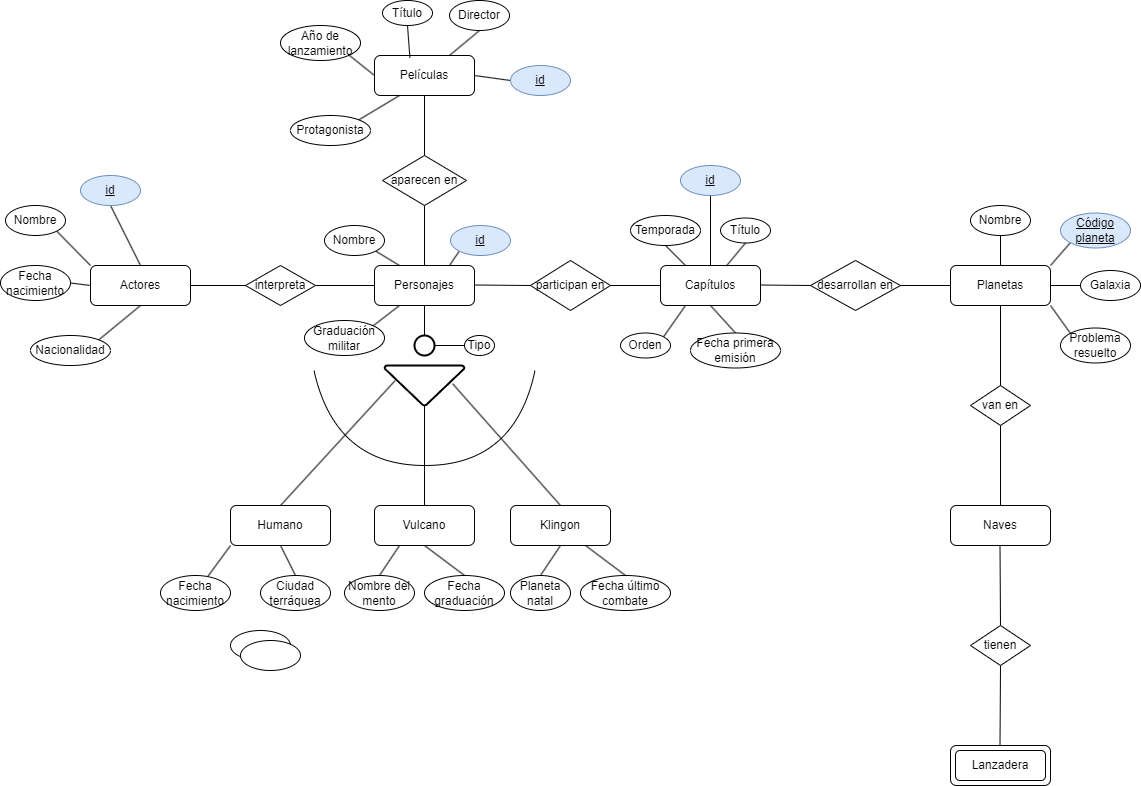
Earlier version of the draw.io export Unidad-1/Tareas/Tareas-evaluables/Tarea-evaluable-3/tarea-evaluable3.drawio.png (LuisMGlez/base-datos). Source tidied: cells renumbered, new cells last; positions are measured from the earlier drawing's top-left corner, leaving out a move shared by most shapes.
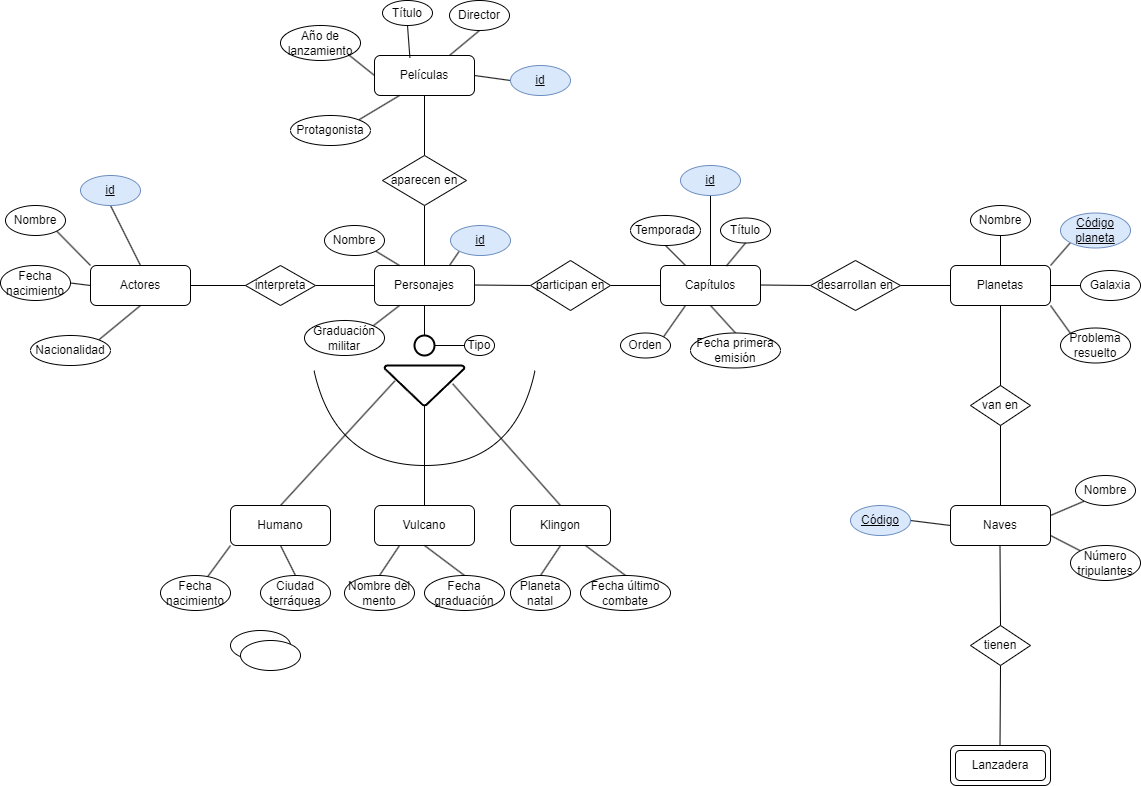
After the commit.

Change to the diagram source:
```diff
@@ -287,8 +287,11 @@
     <mxCell id="91" value="Nombre" style="ellipse;whiteSpace=wrap;html=1;" parent="1" vertex="1">
       <mxGeometry x="970" y="205" width="60" height="30" as="geometry" />
     </mxCell>
+    <mxCell id="95" style="rounded=0;jettySize=auto;html=1;exitX=1;exitY=0.5;exitDx=0;exitDy=0;entryX=0;entryY=0.5;entryDx=0;entryDy=0;endArrow=none;endFill=0;" parent="1" edge="1" source="92" target="3">
+      <mxGeometry relative="1" as="geometry" />
+    </mxCell>
-    <mxCell id="92" style="ellipse;whiteSpace=wrap;html=1;" parent="1" vertex="1">
-      <mxGeometry x="240" y="640" width="60" height="30" as="geometry" />
+    <mxCell id="92" value="&lt;u&gt;Código&lt;/u&gt;" style="ellipse;whiteSpace=wrap;html=1;fillColor=#dae8fc;strokeColor=#6c8ebf;" parent="1" vertex="1">
+      <mxGeometry x="850" y="505" width="60" height="30" as="geometry" />
     </mxCell>
     <mxCell id="93" style="rounded=0;jettySize=auto;html=1;exitX=0;exitY=0;exitDx=0;exitDy=0;entryX=1;entryY=1;entryDx=0;entryDy=0;endArrow=none;endFill=0;" parent="1" edge="1" source="94" target="5">
       <mxGeometry relative="1" as="geometry" />
@@ -296,5 +299,20 @@
     <mxCell id="94" value="Problema resuelto" style="ellipse;whiteSpace=wrap;html=1;" parent="1" vertex="1">
       <mxGeometry x="1060" y="327.5" width="70" height="35" as="geometry" />
     </mxCell>
+    <mxCell id="96" style="rounded=0;jettySize=auto;html=1;exitX=0;exitY=1;exitDx=0;exitDy=0;entryX=1;entryY=0.25;entryDx=0;entryDy=0;endArrow=none;endFill=0;" parent="1" edge="1" source="97" target="3">
+      <mxGeometry relative="1" as="geometry" />
+    </mxCell>
+    <mxCell id="97" value="Nombre" style="ellipse;whiteSpace=wrap;html=1;" parent="1" vertex="1">
+      <mxGeometry x="1075" y="475" width="60" height="30" as="geometry" />
+    </mxCell>
+    <mxCell id="98" style="ellipse;whiteSpace=wrap;html=1;" parent="1" vertex="1">
+      <mxGeometry x="240" y="640" width="60" height="30" as="geometry" />
+    </mxCell>
+    <mxCell id="99" style="rounded=0;jettySize=auto;html=1;exitX=0;exitY=0;exitDx=0;exitDy=0;entryX=1;entryY=0.75;entryDx=0;entryDy=0;endArrow=none;endFill=0;" parent="1" edge="1" source="100" target="3">
+      <mxGeometry relative="1" as="geometry" />
+    </mxCell>
+    <mxCell id="100" value="Número tripulantes" style="ellipse;whiteSpace=wrap;html=1;" parent="1" vertex="1">
+      <mxGeometry x="1070" y="545" width="70" height="35" as="geometry" />
+    </mxCell>
   </root>
 </mxGraphModel>
```
